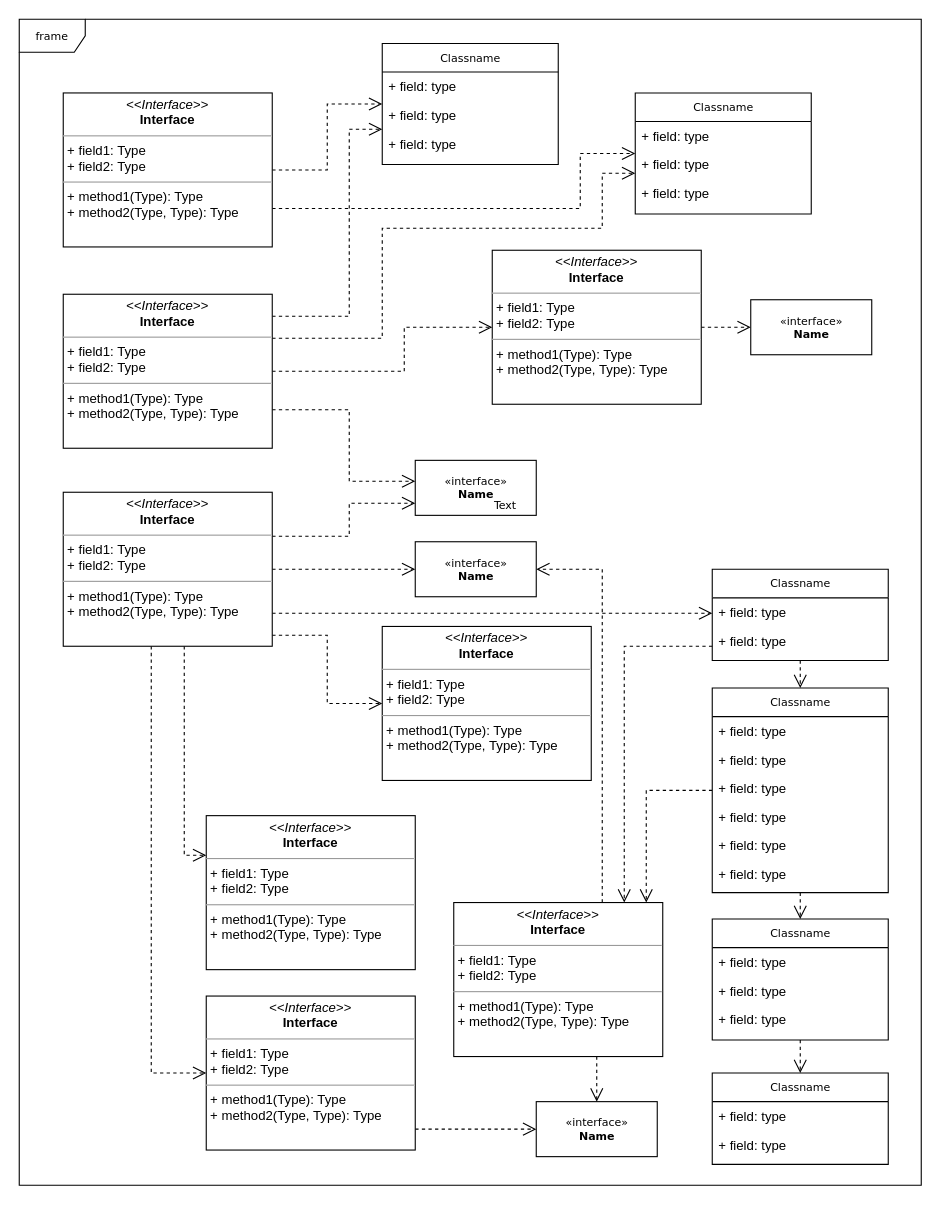
This is Untitled Diagram.drawio from senaluisgf/BSstore-backend, a draw.io file, before an edit. Source tidied: cells renumbered, new cells numbered last; positions are measured from the earlier drawing's top-left corner, leaving out a move shared by most shapes. Both pictures are drawn from the tidied source at 110%, with x=0, y=0 at pixel (19, 19).
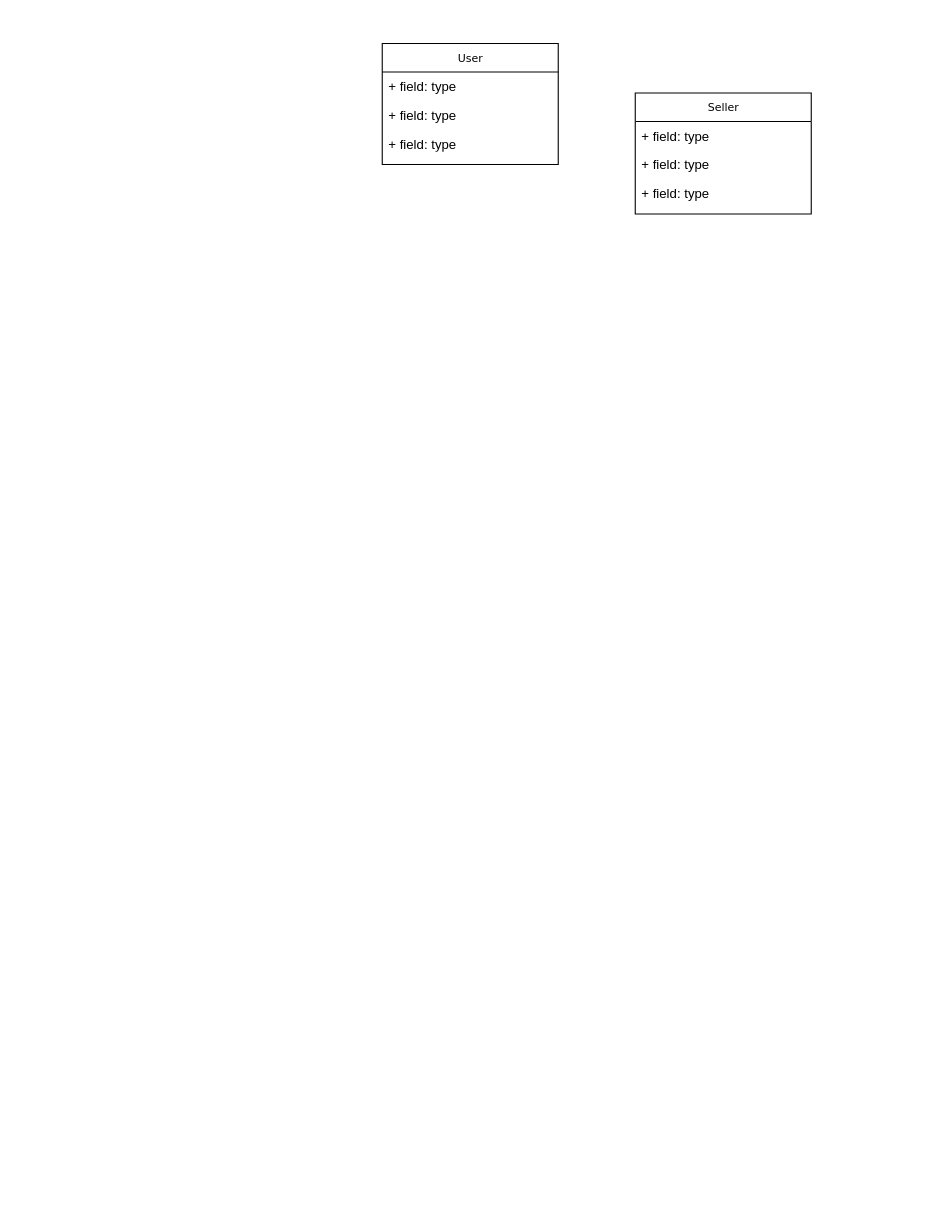
Above is the later version.

Change to the diagram source:
```diff
@@
-    <mxCell id="2" value="frame" style="shape=umlFrame;whiteSpace=wrap;html=1;rounded=0;shadow=0;comic=0;labelBackgroundColor=none;strokeWidth=1;fontFamily=Verdana;fontSize=10;align=center;" parent="1" vertex="1">
-      <mxGeometry width="820" height="1060" as="geometry" />
-    </mxCell>
-    <mxCell id="3" style="edgeStyle=orthogonalEdgeStyle;rounded=0;html=1;dashed=1;labelBackgroundColor=none;startFill=0;endArrow=open;endFill=0;endSize=10;fontFamily=Verdana;fontSize=10;" parent="1" edge="1" source="5" target="35">
-      <mxGeometry relative="1" as="geometry">
-        <Array as="points">
-          <mxPoint x="570" y="701" />
-        </Array>
-      </mxGeometry>
-    </mxCell>
-    <mxCell id="4" style="edgeStyle=orthogonalEdgeStyle;rounded=0;html=1;dashed=1;labelBackgroundColor=none;startFill=0;endArrow=open;endFill=0;endSize=10;fontFamily=Verdana;fontSize=10;" parent="1" edge="1" source="5" target="24">
-      <mxGeometry relative="1" as="geometry" />
-    </mxCell>
-    <mxCell id="5" value="Classname" style="swimlane;html=1;fontStyle=0;horizontal=1;startSize=26;fillColor=none;swimlaneFillColor=#ffffff;rounded=0;shadow=0;comic=0;labelBackgroundColor=none;strokeWidth=1;fontFamily=Verdana;fontSize=10;align=center;" parent="1" vertex="1">
-      <mxGeometry x="630" y="608" width="160" height="186" as="geometry" />
-    </mxCell>
-    <mxCell id="6" value="+ field: type" style="text;html=1;strokeColor=none;fillColor=none;align=left;verticalAlign=top;spacingLeft=4;spacingRight=4;whiteSpace=wrap;overflow=hidden;" parent="5" vertex="1">
-      <mxGeometry y="26" width="160" height="26" as="geometry" />
-    </mxCell>
-    <mxCell id="7" value="+ field: type" style="text;html=1;strokeColor=none;fillColor=none;align=left;verticalAlign=top;spacingLeft=4;spacingRight=4;whiteSpace=wrap;overflow=hidden;" parent="5" vertex="1">
-      <mxGeometry y="52" width="160" height="26" as="geometry" />
-    </mxCell>
-    <mxCell id="8" value="+ field: type" style="text;html=1;strokeColor=none;fillColor=none;align=left;verticalAlign=top;spacingLeft=4;spacingRight=4;whiteSpace=wrap;overflow=hidden;" parent="5" vertex="1">
-      <mxGeometry y="78" width="160" height="26" as="geometry" />
-    </mxCell>
-    <mxCell id="9" value="+ field: type" style="text;html=1;strokeColor=none;fillColor=none;align=left;verticalAlign=top;spacingLeft=4;spacingRight=4;whiteSpace=wrap;overflow=hidden;" parent="5" vertex="1">
-      <mxGeometry y="104" width="160" height="26" as="geometry" />
-    </mxCell>
-    <mxCell id="10" value="+ field: type" style="text;html=1;strokeColor=none;fillColor=none;align=left;verticalAlign=top;spacingLeft=4;spacingRight=4;whiteSpace=wrap;overflow=hidden;" parent="5" vertex="1">
-      <mxGeometry y="130" width="160" height="26" as="geometry" />
-    </mxCell>
-    <mxCell id="11" value="+ field: type" style="text;html=1;strokeColor=none;fillColor=none;align=left;verticalAlign=top;spacingLeft=4;spacingRight=4;whiteSpace=wrap;overflow=hidden;" parent="5" vertex="1">
-      <mxGeometry y="156" width="160" height="26" as="geometry" />
-    </mxCell>
-    <mxCell id="12" value="Classname" style="swimlane;html=1;fontStyle=0;horizontal=1;startSize=26;fillColor=none;swimlaneFillColor=#ffffff;rounded=0;shadow=0;comic=0;labelBackgroundColor=none;strokeWidth=1;fontFamily=Verdana;fontSize=10;align=center;" parent="1" vertex="1">
+    <mxCell id="12" value="User" style="swimlane;html=1;fontStyle=0;horizontal=1;startSize=26;fillColor=none;swimlaneFillColor=#ffffff;rounded=0;shadow=0;comic=0;labelBackgroundColor=none;strokeWidth=1;fontFamily=Verdana;fontSize=10;align=center;" parent="1" vertex="1">
       <mxGeometry x="330" y="22" width="160" height="110" as="geometry" />
     </mxCell>
@@
-    <mxCell id="16" value="Classname" style="swimlane;html=1;fontStyle=0;horizontal=1;startSize=26;fillColor=none;swimlaneFillColor=#ffffff;rounded=0;shadow=0;comic=0;labelBackgroundColor=none;strokeWidth=1;fontFamily=Verdana;fontSize=10;align=center;" parent="1" vertex="1">
+    <mxCell id="16" value="Seller" style="swimlane;html=1;fontStyle=0;horizontal=1;startSize=26;fillColor=none;swimlaneFillColor=#ffffff;rounded=0;shadow=0;comic=0;labelBackgroundColor=none;strokeWidth=1;fontFamily=Verdana;fontSize=10;align=center;" parent="1" vertex="1">
       <mxGeometry x="560" y="67" width="160" height="110" as="geometry" />
     </mxCell>
@@
-    <mxCell id="20" value="Classname" style="swimlane;html=1;fontStyle=0;horizontal=1;startSize=26;fillColor=none;swimlaneFillColor=#ffffff;rounded=0;shadow=0;comic=0;labelBackgroundColor=none;strokeWidth=1;fontFamily=Verdana;fontSize=10;align=center;" parent="1" vertex="1">
-      <mxGeometry x="630" y="958" width="160" height="83" as="geometry" />
-    </mxCell>
-    <mxCell id="21" value="+ field: type" style="text;html=1;strokeColor=none;fillColor=none;align=left;verticalAlign=top;spacingLeft=4;spacingRight=4;whiteSpace=wrap;overflow=hidden;" parent="20" vertex="1">
-      <mxGeometry y="26" width="160" height="26" as="geometry" />
-    </mxCell>
-    <mxCell id="22" value="+ field: type" style="text;html=1;strokeColor=none;fillColor=none;align=left;verticalAlign=top;spacingLeft=4;spacingRight=4;whiteSpace=wrap;overflow=hidden;" parent="20" vertex="1">
-      <mxGeometry y="52" width="160" height="26" as="geometry" />
-    </mxCell>
-    <mxCell id="23" style="edgeStyle=orthogonalEdgeStyle;rounded=0;html=1;dashed=1;labelBackgroundColor=none;startFill=0;endArrow=open;endFill=0;endSize=10;fontFamily=Verdana;fontSize=10;" parent="1" edge="1" source="24" target="20">
-      <mxGeometry relative="1" as="geometry" />
-    </mxCell>
-    <mxCell id="24" value="Classname" style="swimlane;html=1;fontStyle=0;horizontal=1;startSize=26;fillColor=none;swimlaneFillColor=#ffffff;rounded=0;shadow=0;comic=0;labelBackgroundColor=none;strokeWidth=1;fontFamily=Verdana;fontSize=10;align=center;" parent="1" vertex="1">
-      <mxGeometry x="630" y="818" width="160" height="110" as="geometry" />
-    </mxCell>
-    <mxCell id="25" value="+ field: type" style="text;html=1;strokeColor=none;fillColor=none;align=left;verticalAlign=top;spacingLeft=4;spacingRight=4;whiteSpace=wrap;overflow=hidden;" parent="24" vertex="1">
-      <mxGeometry y="26" width="160" height="26" as="geometry" />
-    </mxCell>
-    <mxCell id="26" value="+ field: type" style="text;html=1;strokeColor=none;fillColor=none;align=left;verticalAlign=top;spacingLeft=4;spacingRight=4;whiteSpace=wrap;overflow=hidden;" parent="24" vertex="1">
-      <mxGeometry y="52" width="160" height="26" as="geometry" />
-    </mxCell>
-    <mxCell id="27" value="+ field: type" style="text;html=1;strokeColor=none;fillColor=none;align=left;verticalAlign=top;spacingLeft=4;spacingRight=4;whiteSpace=wrap;overflow=hidden;" parent="24" vertex="1">
-      <mxGeometry y="78" width="160" height="26" as="geometry" />
-    </mxCell>
-    <mxCell id="28" style="edgeStyle=orthogonalEdgeStyle;rounded=0;html=1;dashed=1;labelBackgroundColor=none;startFill=0;endArrow=open;endFill=0;endSize=10;fontFamily=Verdana;fontSize=10;" parent="1" edge="1" source="29" target="5">
-      <mxGeometry relative="1" as="geometry" />
-    </mxCell>
-    <mxCell id="29" value="Classname" style="swimlane;html=1;fontStyle=0;horizontal=1;startSize=26;fillColor=none;swimlaneFillColor=#ffffff;rounded=0;shadow=0;comic=0;labelBackgroundColor=none;strokeWidth=1;fontFamily=Verdana;fontSize=10;align=center;" parent="1" vertex="1">
-      <mxGeometry x="630" y="500" width="160" height="83" as="geometry" />
-    </mxCell>
-    <mxCell id="30" value="+ field: type" style="text;html=1;strokeColor=none;fillColor=none;align=left;verticalAlign=top;spacingLeft=4;spacingRight=4;whiteSpace=wrap;overflow=hidden;" parent="29" vertex="1">
-      <mxGeometry y="26" width="160" height="26" as="geometry" />
-    </mxCell>
-    <mxCell id="31" value="+ field: type" style="text;html=1;strokeColor=none;fillColor=none;align=left;verticalAlign=top;spacingLeft=4;spacingRight=4;whiteSpace=wrap;overflow=hidden;" parent="29" vertex="1">
-      <mxGeometry y="52" width="160" height="26" as="geometry" />
-    </mxCell>
-    <mxCell id="32" value="&amp;laquo;interface&amp;raquo;&lt;br&gt;&lt;b&gt;Name&lt;/b&gt;" style="html=1;rounded=0;shadow=0;comic=0;labelBackgroundColor=none;strokeWidth=1;fontFamily=Verdana;fontSize=10;align=center;" parent="1" vertex="1">
-      <mxGeometry x="470" y="984" width="110" height="50" as="geometry" />
-    </mxCell>
-    <mxCell id="33" style="edgeStyle=orthogonalEdgeStyle;rounded=0;html=1;dashed=1;labelBackgroundColor=none;startFill=0;endArrow=open;endFill=0;endSize=10;fontFamily=Verdana;fontSize=10;" parent="1" edge="1" source="35" target="32">
-      <mxGeometry relative="1" as="geometry">
-        <Array as="points">
-          <mxPoint x="525" y="950" />
-          <mxPoint x="525" y="950" />
-        </Array>
-      </mxGeometry>
-    </mxCell>
-    <mxCell id="34" style="edgeStyle=orthogonalEdgeStyle;rounded=0;html=1;dashed=1;labelBackgroundColor=none;startFill=0;endArrow=open;endFill=0;endSize=10;fontFamily=Verdana;fontSize=10;" parent="1" edge="1" source="35" target="40">
-      <mxGeometry relative="1" as="geometry">
-        <Array as="points">
-          <mxPoint x="530" y="500" />
-        </Array>
-      </mxGeometry>
-    </mxCell>
-    <mxCell id="35" value="&lt;p style=&quot;margin:0px;margin-top:4px;text-align:center;&quot;&gt;&lt;i&gt;&amp;lt;&amp;lt;Interface&amp;gt;&amp;gt;&lt;/i&gt;&lt;br/&gt;&lt;b&gt;Interface&lt;/b&gt;&lt;/p&gt;&lt;hr size=&quot;1&quot;/&gt;&lt;p style=&quot;margin:0px;margin-left:4px;&quot;&gt;+ field1: Type&lt;br/&gt;+ field2: Type&lt;/p&gt;&lt;hr size=&quot;1&quot;/&gt;&lt;p style=&quot;margin:0px;margin-left:4px;&quot;&gt;+ method1(Type): Type&lt;br/&gt;+ method2(Type, Type): Type&lt;/p&gt;" style="verticalAlign=top;align=left;overflow=fill;fontSize=12;fontFamily=Helvetica;html=1;rounded=0;shadow=0;comic=0;labelBackgroundColor=none;strokeWidth=1;" parent="1" vertex="1">
-      <mxGeometry x="395" y="803" width="190" height="140" as="geometry" />
-    </mxCell>
-    <mxCell id="36" value="&lt;p style=&quot;margin:0px;margin-top:4px;text-align:center;&quot;&gt;&lt;i&gt;&amp;lt;&amp;lt;Interface&amp;gt;&amp;gt;&lt;/i&gt;&lt;br/&gt;&lt;b&gt;Interface&lt;/b&gt;&lt;/p&gt;&lt;hr size=&quot;1&quot;/&gt;&lt;p style=&quot;margin:0px;margin-left:4px;&quot;&gt;+ field1: Type&lt;br/&gt;+ field2: Type&lt;/p&gt;&lt;hr size=&quot;1&quot;/&gt;&lt;p style=&quot;margin:0px;margin-left:4px;&quot;&gt;+ method1(Type): Type&lt;br/&gt;+ method2(Type, Type): Type&lt;/p&gt;" style="verticalAlign=top;align=left;overflow=fill;fontSize=12;fontFamily=Helvetica;html=1;rounded=0;shadow=0;comic=0;labelBackgroundColor=none;strokeWidth=1;" parent="1" vertex="1">
-      <mxGeometry x="330" y="552" width="190" height="140" as="geometry" />
-    </mxCell>
-    <mxCell id="37" style="edgeStyle=orthogonalEdgeStyle;rounded=0;html=1;dashed=1;labelBackgroundColor=none;startFill=0;endArrow=open;endFill=0;endSize=10;fontFamily=Verdana;fontSize=10;" parent="1" edge="1" source="38" target="32">
-      <mxGeometry relative="1" as="geometry">
-        <Array as="points">
-          <mxPoint x="390" y="1009" />
-          <mxPoint x="390" y="1009" />
-        </Array>
-      </mxGeometry>
-    </mxCell>
-    <mxCell id="38" value="&lt;p style=&quot;margin:0px;margin-top:4px;text-align:center;&quot;&gt;&lt;i&gt;&amp;lt;&amp;lt;Interface&amp;gt;&amp;gt;&lt;/i&gt;&lt;br/&gt;&lt;b&gt;Interface&lt;/b&gt;&lt;/p&gt;&lt;hr size=&quot;1&quot;/&gt;&lt;p style=&quot;margin:0px;margin-left:4px;&quot;&gt;+ field1: Type&lt;br/&gt;+ field2: Type&lt;/p&gt;&lt;hr size=&quot;1&quot;/&gt;&lt;p style=&quot;margin:0px;margin-left:4px;&quot;&gt;+ method1(Type): Type&lt;br/&gt;+ method2(Type, Type): Type&lt;/p&gt;" style="verticalAlign=top;align=left;overflow=fill;fontSize=12;fontFamily=Helvetica;html=1;rounded=0;shadow=0;comic=0;labelBackgroundColor=none;strokeWidth=1;" parent="1" vertex="1">
-      <mxGeometry x="170" y="888" width="190" height="140" as="geometry" />
-    </mxCell>
-    <mxCell id="39" value="&lt;p style=&quot;margin:0px;margin-top:4px;text-align:center;&quot;&gt;&lt;i&gt;&amp;lt;&amp;lt;Interface&amp;gt;&amp;gt;&lt;/i&gt;&lt;br/&gt;&lt;b&gt;Interface&lt;/b&gt;&lt;/p&gt;&lt;hr size=&quot;1&quot;/&gt;&lt;p style=&quot;margin:0px;margin-left:4px;&quot;&gt;+ field1: Type&lt;br/&gt;+ field2: Type&lt;/p&gt;&lt;hr size=&quot;1&quot;/&gt;&lt;p style=&quot;margin:0px;margin-left:4px;&quot;&gt;+ method1(Type): Type&lt;br/&gt;+ method2(Type, Type): Type&lt;/p&gt;" style="verticalAlign=top;align=left;overflow=fill;fontSize=12;fontFamily=Helvetica;html=1;rounded=0;shadow=0;comic=0;labelBackgroundColor=none;strokeWidth=1;" parent="1" vertex="1">
-      <mxGeometry x="170" y="724" width="190" height="140" as="geometry" />
-    </mxCell>
-    <mxCell id="40" value="&amp;laquo;interface&amp;raquo;&lt;br&gt;&lt;b&gt;Name&lt;/b&gt;" style="html=1;rounded=0;shadow=0;comic=0;labelBackgroundColor=none;strokeWidth=1;fontFamily=Verdana;fontSize=10;align=center;" parent="1" vertex="1">
-      <mxGeometry x="360" y="475" width="110" height="50" as="geometry" />
-    </mxCell>
-    <mxCell id="41" value="&amp;laquo;interface&amp;raquo;&lt;br&gt;&lt;b&gt;Name&lt;/b&gt;" style="html=1;rounded=0;shadow=0;comic=0;labelBackgroundColor=none;strokeWidth=1;fontFamily=Verdana;fontSize=10;align=center;" parent="1" vertex="1">
-      <mxGeometry x="360" y="401" width="110" height="50" as="geometry" />
-    </mxCell>
-    <mxCell id="42" style="edgeStyle=orthogonalEdgeStyle;rounded=0;html=1;dashed=1;labelBackgroundColor=none;startFill=0;endArrow=open;endFill=0;endSize=10;fontFamily=Verdana;fontSize=10;" parent="1" edge="1" source="43" target="45">
-      <mxGeometry relative="1" as="geometry" />
-    </mxCell>
-    <mxCell id="43" value="&lt;p style=&quot;margin:0px;margin-top:4px;text-align:center;&quot;&gt;&lt;i&gt;&amp;lt;&amp;lt;Interface&amp;gt;&amp;gt;&lt;/i&gt;&lt;br/&gt;&lt;b&gt;Interface&lt;/b&gt;&lt;/p&gt;&lt;hr size=&quot;1&quot;/&gt;&lt;p style=&quot;margin:0px;margin-left:4px;&quot;&gt;+ field1: Type&lt;br/&gt;+ field2: Type&lt;/p&gt;&lt;hr size=&quot;1&quot;/&gt;&lt;p style=&quot;margin:0px;margin-left:4px;&quot;&gt;+ method1(Type): Type&lt;br/&gt;+ method2(Type, Type): Type&lt;/p&gt;" style="verticalAlign=top;align=left;overflow=fill;fontSize=12;fontFamily=Helvetica;html=1;rounded=0;shadow=0;comic=0;labelBackgroundColor=none;strokeWidth=1;" parent="1" vertex="1">
-      <mxGeometry x="430" y="210" width="190" height="140" as="geometry" />
-    </mxCell>
-    <mxCell id="44" value="Text" style="text;html=1;align=left;verticalAlign=top;spacingTop=-4;fontSize=10;fontFamily=Verdana;fontColor=#000000;" parent="1" vertex="1">
-      <mxGeometry x="430" y="434" width="40" height="10" as="geometry" />
-    </mxCell>
-    <mxCell id="45" value="&amp;laquo;interface&amp;raquo;&lt;br&gt;&lt;b&gt;Name&lt;/b&gt;" style="html=1;rounded=0;shadow=0;comic=0;labelBackgroundColor=none;strokeWidth=1;fontFamily=Verdana;fontSize=10;align=center;" parent="1" vertex="1">
-      <mxGeometry x="665" y="255" width="110" height="50" as="geometry" />
-    </mxCell>
-    <mxCell id="46" style="edgeStyle=orthogonalEdgeStyle;rounded=0;html=1;labelBackgroundColor=none;startFill=0;endArrow=open;endFill=0;endSize=10;fontFamily=Verdana;fontSize=10;dashed=1;" parent="1" edge="1" source="48" target="12">
-      <mxGeometry relative="1" as="geometry" />
-    </mxCell>
-    <mxCell id="47" style="edgeStyle=orthogonalEdgeStyle;rounded=0;html=1;exitX=1;exitY=0.75;dashed=1;labelBackgroundColor=none;startFill=0;endArrow=open;endFill=0;endSize=10;fontFamily=Verdana;fontSize=10;" parent="1" edge="1" source="48" target="16">
-      <mxGeometry relative="1" as="geometry">
-        <Array as="points">
-          <mxPoint x="510" y="172" />
-          <mxPoint x="510" y="122" />
-        </Array>
-      </mxGeometry>
-    </mxCell>
-    <mxCell id="48" value="&lt;p style=&quot;margin:0px;margin-top:4px;text-align:center;&quot;&gt;&lt;i&gt;&amp;lt;&amp;lt;Interface&amp;gt;&amp;gt;&lt;/i&gt;&lt;br/&gt;&lt;b&gt;Interface&lt;/b&gt;&lt;/p&gt;&lt;hr size=&quot;1&quot;/&gt;&lt;p style=&quot;margin:0px;margin-left:4px;&quot;&gt;+ field1: Type&lt;br/&gt;+ field2: Type&lt;/p&gt;&lt;hr size=&quot;1&quot;/&gt;&lt;p style=&quot;margin:0px;margin-left:4px;&quot;&gt;+ method1(Type): Type&lt;br/&gt;+ method2(Type, Type): Type&lt;/p&gt;" style="verticalAlign=top;align=left;overflow=fill;fontSize=12;fontFamily=Helvetica;html=1;rounded=0;shadow=0;comic=0;labelBackgroundColor=none;strokeWidth=1;" parent="1" vertex="1">
-      <mxGeometry x="40" y="67" width="190" height="140" as="geometry" />
-    </mxCell>
-    <mxCell id="49" style="edgeStyle=orthogonalEdgeStyle;rounded=0;html=1;dashed=1;labelBackgroundColor=none;startFill=0;endArrow=open;endFill=0;endSize=10;fontFamily=Verdana;fontSize=10;" parent="1" edge="1" source="53" target="12">
-      <mxGeometry relative="1" as="geometry">
-        <Array as="points">
-          <mxPoint x="300" y="270" />
-          <mxPoint x="300" y="100" />
-        </Array>
-      </mxGeometry>
-    </mxCell>
-    <mxCell id="50" style="edgeStyle=orthogonalEdgeStyle;rounded=0;html=1;dashed=1;labelBackgroundColor=none;startFill=0;endArrow=open;endFill=0;endSize=10;fontFamily=Verdana;fontSize=10;" parent="1" edge="1" source="53" target="16">
-      <mxGeometry relative="1" as="geometry">
-        <Array as="points">
-          <mxPoint x="330" y="290" />
-          <mxPoint x="330" y="190" />
-          <mxPoint x="530" y="190" />
-          <mxPoint x="530" y="140" />
-        </Array>
-      </mxGeometry>
-    </mxCell>
-    <mxCell id="51" style="edgeStyle=orthogonalEdgeStyle;rounded=0;html=1;dashed=1;labelBackgroundColor=none;startFill=0;endArrow=open;endFill=0;endSize=10;fontFamily=Verdana;fontSize=10;" parent="1" edge="1" source="53" target="43">
-      <mxGeometry relative="1" as="geometry">
-        <Array as="points">
-          <mxPoint x="350" y="320" />
-          <mxPoint x="350" y="280" />
-        </Array>
-      </mxGeometry>
-    </mxCell>
-    <mxCell id="52" style="edgeStyle=orthogonalEdgeStyle;rounded=0;html=1;exitX=1;exitY=0.75;dashed=1;labelBackgroundColor=none;startFill=0;endArrow=open;endFill=0;endSize=10;fontFamily=Verdana;fontSize=10;" parent="1" edge="1" source="53" target="41">
-      <mxGeometry relative="1" as="geometry">
-        <Array as="points">
-          <mxPoint x="300" y="355" />
-          <mxPoint x="300" y="420" />
-        </Array>
-      </mxGeometry>
-    </mxCell>
-    <mxCell id="53" value="&lt;p style=&quot;margin:0px;margin-top:4px;text-align:center;&quot;&gt;&lt;i&gt;&amp;lt;&amp;lt;Interface&amp;gt;&amp;gt;&lt;/i&gt;&lt;br/&gt;&lt;b&gt;Interface&lt;/b&gt;&lt;/p&gt;&lt;hr size=&quot;1&quot;/&gt;&lt;p style=&quot;margin:0px;margin-left:4px;&quot;&gt;+ field1: Type&lt;br/&gt;+ field2: Type&lt;/p&gt;&lt;hr size=&quot;1&quot;/&gt;&lt;p style=&quot;margin:0px;margin-left:4px;&quot;&gt;+ method1(Type): Type&lt;br/&gt;+ method2(Type, Type): Type&lt;/p&gt;" style="verticalAlign=top;align=left;overflow=fill;fontSize=12;fontFamily=Helvetica;html=1;rounded=0;shadow=0;comic=0;labelBackgroundColor=none;strokeWidth=1;" parent="1" vertex="1">
-      <mxGeometry x="40" y="250" width="190" height="140" as="geometry" />
-    </mxCell>
-    <mxCell id="54" style="edgeStyle=orthogonalEdgeStyle;rounded=0;html=1;dashed=1;labelBackgroundColor=none;startFill=0;endArrow=open;endFill=0;endSize=10;fontFamily=Verdana;fontSize=10;" parent="1" edge="1" source="60" target="41">
-      <mxGeometry relative="1" as="geometry">
-        <Array as="points">
-          <mxPoint x="300" y="470" />
-          <mxPoint x="300" y="440" />
-        </Array>
-      </mxGeometry>
-    </mxCell>
-    <mxCell id="55" style="edgeStyle=orthogonalEdgeStyle;rounded=0;html=1;dashed=1;labelBackgroundColor=none;startFill=0;endArrow=open;endFill=0;endSize=10;fontFamily=Verdana;fontSize=10;" parent="1" edge="1" source="60" target="40">
-      <mxGeometry relative="1" as="geometry" />
-    </mxCell>
-    <mxCell id="56" style="edgeStyle=orthogonalEdgeStyle;rounded=0;html=1;dashed=1;labelBackgroundColor=none;startFill=0;endArrow=open;endFill=0;endSize=10;fontFamily=Verdana;fontSize=10;" parent="1" edge="1" source="60" target="36">
-      <mxGeometry relative="1" as="geometry">
-        <Array as="points">
-          <mxPoint x="280" y="560" />
-          <mxPoint x="280" y="622" />
-        </Array>
-      </mxGeometry>
-    </mxCell>
-    <mxCell id="57" style="edgeStyle=orthogonalEdgeStyle;rounded=0;html=1;dashed=1;labelBackgroundColor=none;startFill=0;endArrow=open;endFill=0;endSize=10;fontFamily=Verdana;fontSize=10;" parent="1" edge="1" source="60" target="29">
-      <mxGeometry relative="1" as="geometry">
-        <Array as="points">
-          <mxPoint x="330" y="540" />
-          <mxPoint x="330" y="540" />
-        </Array>
-      </mxGeometry>
-    </mxCell>
-    <mxCell id="58" style="edgeStyle=orthogonalEdgeStyle;rounded=0;html=1;dashed=1;labelBackgroundColor=none;startFill=0;endArrow=open;endFill=0;endSize=10;fontFamily=Verdana;fontSize=10;" parent="1" edge="1" source="60" target="39">
-      <mxGeometry relative="1" as="geometry">
-        <Array as="points">
-          <mxPoint x="150" y="760" />
-        </Array>
-      </mxGeometry>
-    </mxCell>
-    <mxCell id="59" style="edgeStyle=orthogonalEdgeStyle;rounded=0;html=1;dashed=1;labelBackgroundColor=none;startFill=0;endArrow=open;endFill=0;endSize=10;fontFamily=Verdana;fontSize=10;" parent="1" edge="1" source="60" target="38">
-      <mxGeometry relative="1" as="geometry">
-        <Array as="points">
-          <mxPoint x="120" y="958" />
-        </Array>
-      </mxGeometry>
-    </mxCell>
-    <mxCell id="60" value="&lt;p style=&quot;margin:0px;margin-top:4px;text-align:center;&quot;&gt;&lt;i&gt;&amp;lt;&amp;lt;Interface&amp;gt;&amp;gt;&lt;/i&gt;&lt;br/&gt;&lt;b&gt;Interface&lt;/b&gt;&lt;/p&gt;&lt;hr size=&quot;1&quot;/&gt;&lt;p style=&quot;margin:0px;margin-left:4px;&quot;&gt;+ field1: Type&lt;br/&gt;+ field2: Type&lt;/p&gt;&lt;hr size=&quot;1&quot;/&gt;&lt;p style=&quot;margin:0px;margin-left:4px;&quot;&gt;+ method1(Type): Type&lt;br/&gt;+ method2(Type, Type): Type&lt;/p&gt;" style="verticalAlign=top;align=left;overflow=fill;fontSize=12;fontFamily=Helvetica;html=1;rounded=0;shadow=0;comic=0;labelBackgroundColor=none;strokeWidth=1;" parent="1" vertex="1">
-      <mxGeometry x="40" y="430" width="190" height="140" as="geometry" />
-    </mxCell>
-    <mxCell id="61" style="edgeStyle=orthogonalEdgeStyle;rounded=0;html=1;dashed=1;labelBackgroundColor=none;startFill=0;endArrow=open;endFill=0;endSize=10;fontFamily=Verdana;fontSize=10;" parent="1" edge="1" source="29" target="35">
-      <mxGeometry relative="1" as="geometry">
-        <Array as="points">
-          <mxPoint x="550" y="570" />
-        </Array>
-      </mxGeometry>
-    </mxCell>
```
